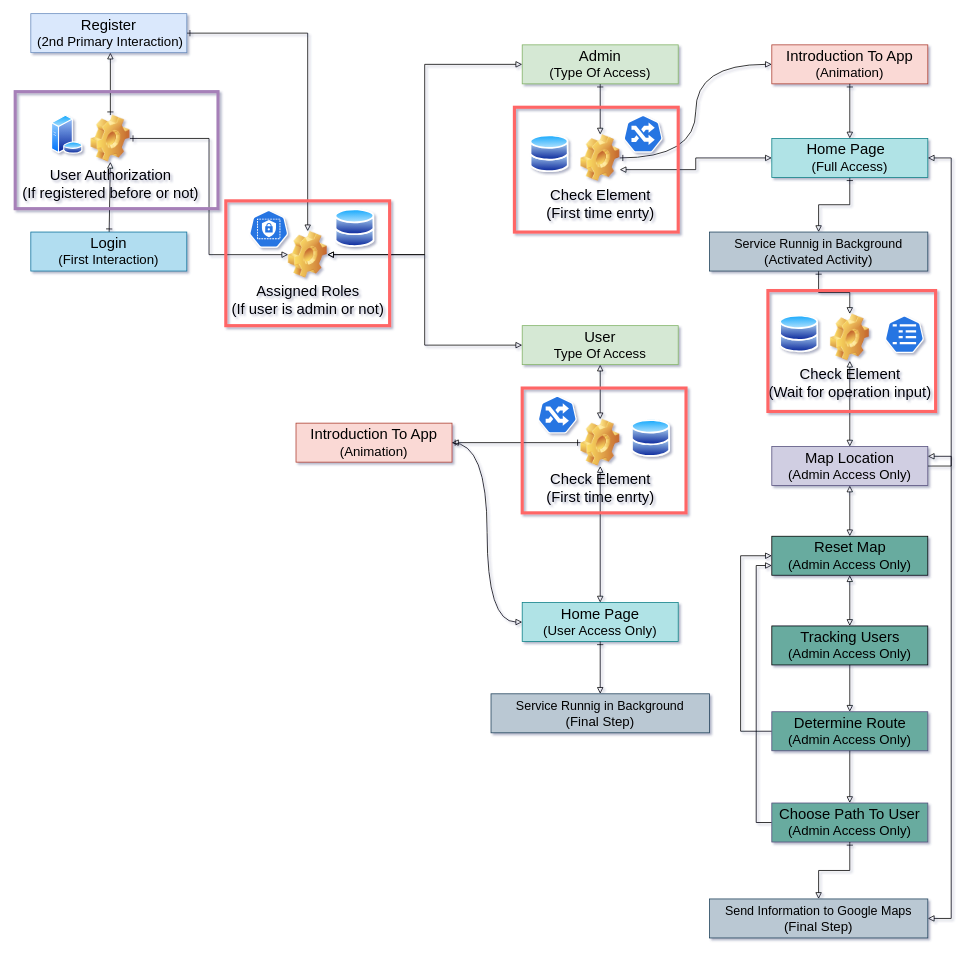
Earlier version of the draw.io diagram Untitled Diagram.drawio (George2G/Diagram_Diploma). Source tidied: cells renumbered, new cells numbered last; positions are measured from the earlier drawing's top-left corner, leaving out a move shared by most shapes. Both pictures are drawn from the tidied source at 78%, with x=0, y=0 at pixel (15, 13).
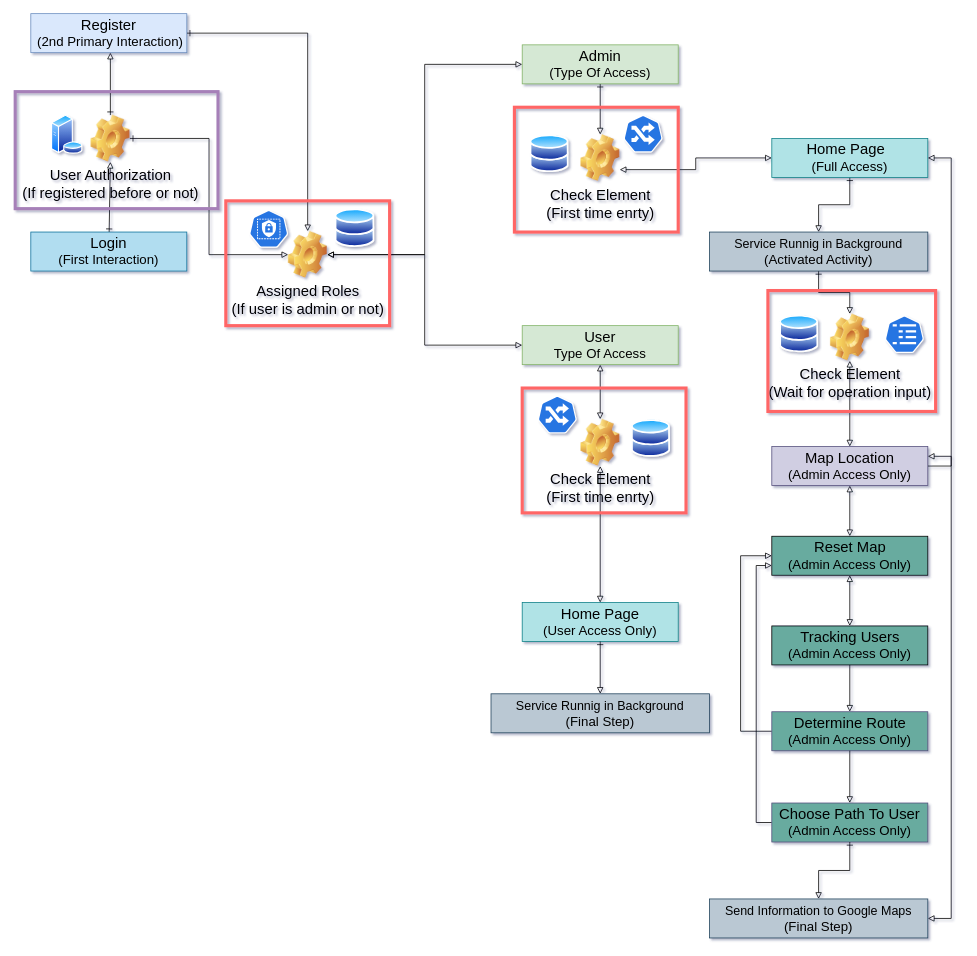
The same diagram, later.

Unchanged cells that the change refers to:
```xml
<mxCell id="15" style="rounded=0;whiteSpace=wrap;html=1;fillColor=#b0e3e6;strokeColor=#0e8088;" parent="1" vertex="1">
  <mxGeometry x="970" y="160" width="200" height="50" as="geometry" />
</mxCell>
<mxCell id="29" style="rounded=0;whiteSpace=wrap;html=1;fillColor=#b0e3e6;strokeColor=#0e8088;" parent="1" vertex="1">
  <mxGeometry x="650" y="755" width="200" height="50" as="geometry" />
</mxCell>
<mxCell id="67" value="Check Element&lt;br&gt;(First time enrty)" style="shape=image;html=1;verticalLabelPosition=bottom;verticalAlign=top;imageAspect=0;image=img/clipart/Gear_128x128.png;fontSize=19;gradientColor=none;" parent="1" vertex="1">
  <mxGeometry x="725" y="520" width="50" height="60" as="geometry" />
</mxCell>
<mxCell id="73" value="Check Element&lt;br&gt;(First time enrty)" style="shape=image;html=1;verticalLabelPosition=bottom;verticalAlign=top;imageAspect=0;image=img/clipart/Gear_128x128.png;fontSize=19;gradientColor=none;" parent="1" vertex="1">
  <mxGeometry x="725" y="155" width="50" height="60" as="geometry" />
</mxCell>
```

Diff of the diagram source:
```diff
@@
-    <mxCell id="65" style="edgeStyle=none;rounded=0;jettySize=auto;html=1;fontSize=16;startArrow=ERone;startFill=0;endArrow=block;endFill=0;" parent="1" edge="1" source="67" target="75">
-      <mxGeometry relative="1" as="geometry" />
-    </mxCell>
@@
-    <mxCell id="68" style="rounded=0;whiteSpace=wrap;html=1;fillColor=#fad9d5;strokeColor=#ae4132;" parent="1" vertex="1">
-      <mxGeometry x="970" y="40" width="200" height="50" as="geometry" />
-    </mxCell>
-    <mxCell id="69" value="&lt;span style=&quot;font-size: 19px&quot;&gt;Introduction To App&lt;/span&gt;" style="text;html=1;strokeColor=none;fillColor=none;align=center;verticalAlign=middle;whiteSpace=wrap;rounded=0;" parent="1" vertex="1">
-      <mxGeometry x="980" y="40" width="180" height="30" as="geometry" />
-    </mxCell>
-    <mxCell id="70" style="rounded=0;jettySize=auto;html=1;fontSize=16;startArrow=ERone;startFill=0;endArrow=block;endFill=0;" parent="1" edge="1" source="71" target="15">
-      <mxGeometry relative="1" as="geometry" />
-    </mxCell>
-    <mxCell id="71" value="&lt;font style=&quot;font-size: 17px&quot;&gt;(Animation)&lt;/font&gt;" style="text;html=1;strokeColor=none;fillColor=none;align=center;verticalAlign=middle;whiteSpace=wrap;rounded=0;fontSize=20;" parent="1" vertex="1">
-      <mxGeometry x="990" y="60" width="160" height="30" as="geometry" />
-    </mxCell>
-    <mxCell id="72" style="edgeStyle=orthogonalEdgeStyle;rounded=0;jettySize=auto;html=1;entryX=0;entryY=0.5;entryDx=0;entryDy=0;fontSize=16;startArrow=ERone;startFill=0;endArrow=block;endFill=0;curved=1;" parent="1" edge="1" source="73" target="68">
-      <mxGeometry relative="1" as="geometry" />
-    </mxCell>
@@
-    <mxCell id="74" style="edgeStyle=orthogonalEdgeStyle;curved=1;rounded=0;jettySize=auto;html=1;entryX=0;entryY=0.5;entryDx=0;entryDy=0;fontSize=16;startArrow=ERone;startFill=0;endArrow=block;endFill=0;" parent="1" edge="1" source="75" target="29">
-      <mxGeometry relative="1" as="geometry" />
-    </mxCell>
-    <mxCell id="75" style="rounded=0;whiteSpace=wrap;html=1;fillColor=#fad9d5;strokeColor=#ae4132;" parent="1" vertex="1">
-      <mxGeometry x="360" y="525" width="200" height="50" as="geometry" />
-    </mxCell>
-    <mxCell id="76" value="&lt;span style=&quot;font-size: 19px&quot;&gt;Introduction To App&lt;/span&gt;" style="text;html=1;strokeColor=none;fillColor=none;align=center;verticalAlign=middle;whiteSpace=wrap;rounded=0;" parent="1" vertex="1">
-      <mxGeometry x="370" y="525" width="180" height="30" as="geometry" />
-    </mxCell>
-    <mxCell id="77" value="&lt;font style=&quot;font-size: 17px&quot;&gt;(Animation)&lt;/font&gt;" style="text;html=1;strokeColor=none;fillColor=none;align=center;verticalAlign=middle;whiteSpace=wrap;rounded=0;fontSize=20;" parent="1" vertex="1">
-      <mxGeometry x="380" y="545" width="160" height="30" as="geometry" />
-    </mxCell>
```
